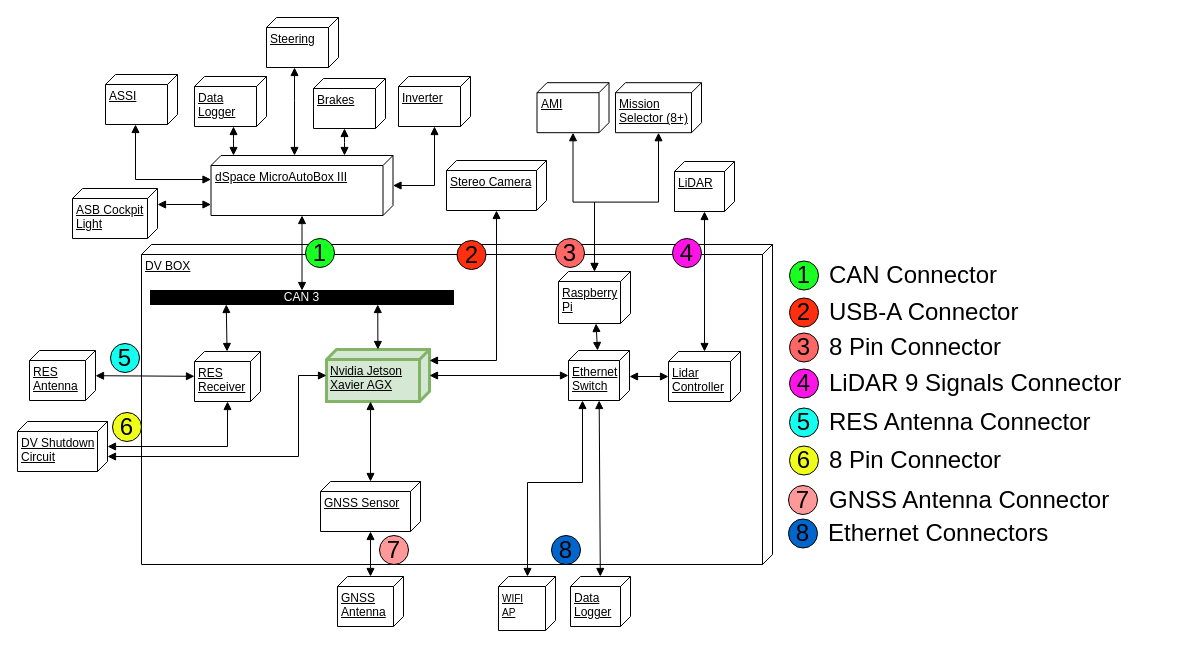
Beomar97/path-planning-docs keeps this draw.io diagram as ressources/figures/AS_DV_Box.drawio. Above is the earlier version. Source tidied: cells renumbered, new cells numbered last; positions are measured from the earlier drawing's top-left corner, leaving out a move shared by most shapes. Both pictures are drawn from the tidied source at 100%, with x=0, y=0 at pixel (17, 17).
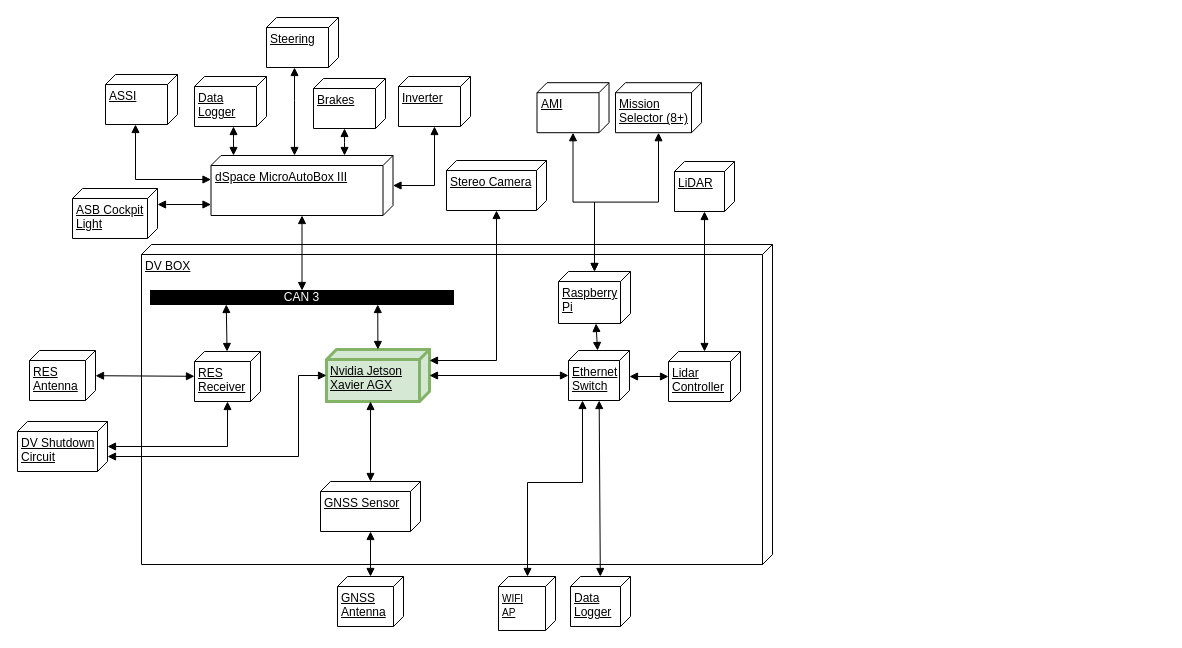
The same page after the edit.

What changed in the source:
```diff
@@
-    <mxCell id="41" value="&lt;font style=&quot;font-size: 24px&quot;&gt;1&lt;/font&gt;" style="ellipse;whiteSpace=wrap;html=1;fontColor=#000000;fillColor=#19FF21;" parent="1" vertex="1">
-      <mxGeometry x="288" y="221" width="29" height="29" as="geometry" />
-    </mxCell>
-    <mxCell id="42" value="&lt;font style=&quot;font-size: 24px&quot;&gt;2&lt;/font&gt;" style="ellipse;whiteSpace=wrap;html=1;fontColor=#000000;fillColor=#FF2F0F;" parent="1" vertex="1">
-      <mxGeometry x="439.5" y="223" width="29" height="29" as="geometry" />
-    </mxCell>
-    <mxCell id="43" value="&lt;font style=&quot;font-size: 24px&quot;&gt;3&lt;/font&gt;" style="ellipse;whiteSpace=wrap;html=1;fontColor=#000000;fillColor=#FF6666;" parent="1" vertex="1">
-      <mxGeometry x="538" y="221" width="29" height="29" as="geometry" />
-    </mxCell>
-    <mxCell id="44" value="&lt;font style=&quot;font-size: 24px&quot;&gt;4&lt;/font&gt;" style="ellipse;whiteSpace=wrap;html=1;fontColor=#000000;fillColor=#FF14E8;" parent="1" vertex="1">
-      <mxGeometry x="655" y="221" width="29" height="29" as="geometry" />
-    </mxCell>
-    <mxCell id="45" value="&lt;font style=&quot;font-size: 24px&quot;&gt;5&lt;/font&gt;" style="ellipse;whiteSpace=wrap;html=1;fontColor=#000000;fillColor=#14FFEF;" parent="1" vertex="1">
-      <mxGeometry x="93" y="326" width="29" height="29" as="geometry" />
-    </mxCell>
-    <mxCell id="46" value="&lt;span style=&quot;font-size: 24px&quot;&gt;6&lt;/span&gt;" style="ellipse;whiteSpace=wrap;html=1;fontColor=#000000;fillColor=#F0FF19;" parent="1" vertex="1">
-      <mxGeometry x="95" y="395" width="29" height="29" as="geometry" />
-    </mxCell>
-    <mxCell id="47" value="&lt;span style=&quot;font-size: 24px&quot;&gt;7&lt;/span&gt;" style="ellipse;whiteSpace=wrap;html=1;fontColor=#000000;fillColor=#FF9999;" parent="1" vertex="1">
-      <mxGeometry x="362" y="518" width="29" height="29" as="geometry" />
-    </mxCell>
-    <mxCell id="48" value="&lt;font style=&quot;font-size: 24px&quot;&gt;1&lt;/font&gt;" style="ellipse;whiteSpace=wrap;html=1;fontColor=#000000;fillColor=#19FF21;" parent="1" vertex="1">
-      <mxGeometry x="772" y="243.5" width="29" height="29" as="geometry" />
-    </mxCell>
-    <mxCell id="49" value="&lt;font style=&quot;font-size: 24px&quot;&gt;2&lt;/font&gt;" style="ellipse;whiteSpace=wrap;html=1;fontColor=#000000;fillColor=#FF2F0F;" parent="1" vertex="1">
-      <mxGeometry x="772" y="280.5" width="29" height="29" as="geometry" />
-    </mxCell>
-    <mxCell id="50" value="&lt;font style=&quot;font-size: 24px&quot;&gt;3&lt;/font&gt;" style="ellipse;whiteSpace=wrap;html=1;fontColor=#000000;fillColor=#FF6666;" parent="1" vertex="1">
-      <mxGeometry x="772" y="315.5" width="29" height="29" as="geometry" />
-    </mxCell>
-    <mxCell id="51" value="&lt;font style=&quot;font-size: 24px&quot;&gt;4&lt;/font&gt;" style="ellipse;whiteSpace=wrap;html=1;fontColor=#000000;fillColor=#FF14E8;" parent="1" vertex="1">
-      <mxGeometry x="772" y="351.5" width="29" height="29" as="geometry" />
-    </mxCell>
-    <mxCell id="52" value="&lt;font style=&quot;font-size: 24px&quot;&gt;5&lt;/font&gt;" style="ellipse;whiteSpace=wrap;html=1;fontColor=#000000;fillColor=#14FFEF;" parent="1" vertex="1">
-      <mxGeometry x="772" y="390.5" width="29" height="29" as="geometry" />
-    </mxCell>
-    <mxCell id="53" value="&lt;span style=&quot;font-size: 24px&quot;&gt;6&lt;/span&gt;" style="ellipse;whiteSpace=wrap;html=1;fontColor=#000000;fillColor=#F0FF19;" parent="1" vertex="1">
-      <mxGeometry x="772" y="428.5" width="29" height="29" as="geometry" />
-    </mxCell>
-    <mxCell id="54" value="&lt;span style=&quot;font-size: 24px&quot;&gt;7&lt;/span&gt;" style="ellipse;whiteSpace=wrap;html=1;fontColor=#000000;fillColor=#FF9999;" parent="1" vertex="1">
-      <mxGeometry x="771" y="468" width="29" height="29" as="geometry" />
-    </mxCell>
-    <mxCell id="55" value="CAN Connector" style="rounded=0;whiteSpace=wrap;html=1;fontSize=24;fontColor=#000000;fillColor=#FFFFFF;strokeColor=#FFFFFF;align=left;" parent="1" vertex="1">
-      <mxGeometry x="810" y="247.5" width="183" height="21" as="geometry" />
-    </mxCell>
-    <mxCell id="56" value="USB-A Connector" style="rounded=0;whiteSpace=wrap;html=1;fontSize=24;fontColor=#000000;fillColor=#FFFFFF;strokeColor=#FFFFFF;align=left;" parent="1" vertex="1">
-      <mxGeometry x="810" y="284.5" width="233" height="21" as="geometry" />
-    </mxCell>
-    <mxCell id="57" value="8 Pin Connector" style="rounded=0;whiteSpace=wrap;html=1;fontSize=24;fontColor=#000000;fillColor=#FFFFFF;strokeColor=#FFFFFF;align=left;" parent="1" vertex="1">
-      <mxGeometry x="810" y="319.5" width="233" height="21" as="geometry" />
-    </mxCell>
-    <mxCell id="58" value="LiDAR 9 Signals Connector" style="rounded=0;whiteSpace=wrap;html=1;fontSize=24;fontColor=#000000;fillColor=#FFFFFF;strokeColor=#FFFFFF;align=left;" parent="1" vertex="1">
-      <mxGeometry x="810" y="355.5" width="323" height="21" as="geometry" />
-    </mxCell>
-    <mxCell id="59" value="RES Antenna Connector" style="rounded=0;whiteSpace=wrap;html=1;fontSize=24;fontColor=#000000;fillColor=#FFFFFF;strokeColor=#FFFFFF;align=left;" parent="1" vertex="1">
-      <mxGeometry x="810" y="394.5" width="337" height="21" as="geometry" />
-    </mxCell>
-    <mxCell id="60" value="8 Pin Connector" style="rounded=0;whiteSpace=wrap;html=1;fontSize=24;fontColor=#000000;fillColor=#FFFFFF;strokeColor=#FFFFFF;align=left;" parent="1" vertex="1">
-      <mxGeometry x="810" y="432.5" width="337" height="21" as="geometry" />
-    </mxCell>
-    <mxCell id="61" value="GNSS Antenna Connector" style="rounded=0;whiteSpace=wrap;html=1;fontSize=24;fontColor=#000000;fillColor=#FFFFFF;strokeColor=#FFFFFF;align=left;" parent="1" vertex="1">
-      <mxGeometry x="810" y="472" width="337" height="21" as="geometry" />
-    </mxCell>
@@
-    <mxCell id="70" value="&lt;font style=&quot;font-size: 24px&quot;&gt;8&lt;/font&gt;" style="ellipse;whiteSpace=wrap;html=1;fontColor=#000000;fillColor=#0066CC;" parent="1" vertex="1">
-      <mxGeometry x="534" y="518" width="29" height="29" as="geometry" />
-    </mxCell>
-    <mxCell id="71" value="&lt;font style=&quot;font-size: 24px&quot;&gt;8&lt;/font&gt;" style="ellipse;whiteSpace=wrap;html=1;fontColor=#000000;fillColor=#0066CC;" parent="1" vertex="1">
-      <mxGeometry x="771" y="501.5" width="29" height="29" as="geometry" />
-    </mxCell>
-    <mxCell id="72" value="Ethernet Connectors" style="rounded=0;whiteSpace=wrap;html=1;fontSize=24;fontColor=#000000;fillColor=#FFFFFF;strokeColor=#FFFFFF;align=left;" parent="1" vertex="1">
-      <mxGeometry x="809" y="505.5" width="233" height="21" as="geometry" />
-    </mxCell>
```
